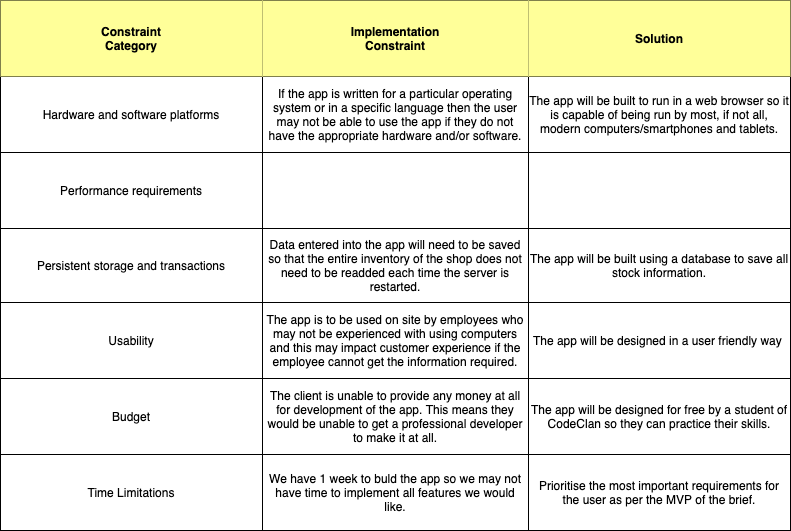
RatBoyJim/GoldSoundz keeps this draw.io diagram as implementation_constraints.png. Above is the earlier version. Source tidied: cells renumbered, new cells last; positions are measured from the earlier drawing's top-left corner, leaving out a move shared by most shapes.
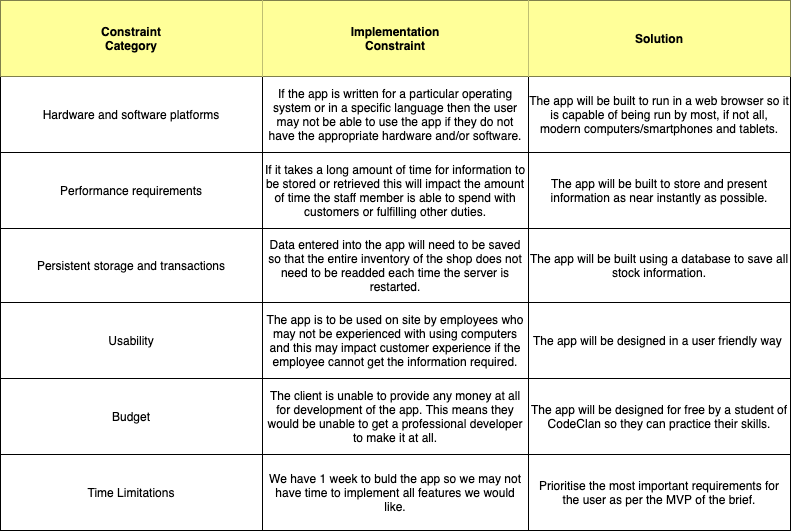
Later version of the same file.

The edit, as a diff of the source:
```diff
@@ -35,10 +35,10 @@
     <mxCell id="12" value="Performance requirements" style="shape=partialRectangle;html=1;whiteSpace=wrap;overflow=hidden;fillColor=none;top=0;left=0;bottom=0;right=0;" parent="11" vertex="1">
       <mxGeometry width="262" height="76" as="geometry" />
     </mxCell>
-    <mxCell id="13" style="shape=partialRectangle;html=1;whiteSpace=wrap;overflow=hidden;fillColor=none;top=0;left=0;bottom=0;right=0;" parent="11" vertex="1">
+    <mxCell id="13" value="If it takes a long amount of time for information to be stored or retrieved this will impact the amount of time the staff member is able to spend with customers or fulfilling other duties." style="shape=partialRectangle;html=1;whiteSpace=wrap;overflow=hidden;fillColor=none;top=0;left=0;bottom=0;right=0;" parent="11" vertex="1">
       <mxGeometry x="262" width="266" height="76" as="geometry" />
     </mxCell>
-    <mxCell id="14" style="shape=partialRectangle;html=1;whiteSpace=wrap;overflow=hidden;fillColor=none;top=0;left=0;bottom=0;right=0;" parent="11" vertex="1">
+    <mxCell id="14" value="The app will be built to store and present information as near instantly as possible." style="shape=partialRectangle;html=1;whiteSpace=wrap;overflow=hidden;fillColor=none;top=0;left=0;bottom=0;right=0;" parent="11" vertex="1">
       <mxGeometry x="528" width="262" height="76" as="geometry" />
     </mxCell>
     <mxCell id="15" style="shape=partialRectangle;html=1;whiteSpace=wrap;fillColor=none;top=0;left=0;bottom=0;right=0;" parent="2" vertex="1">
```
